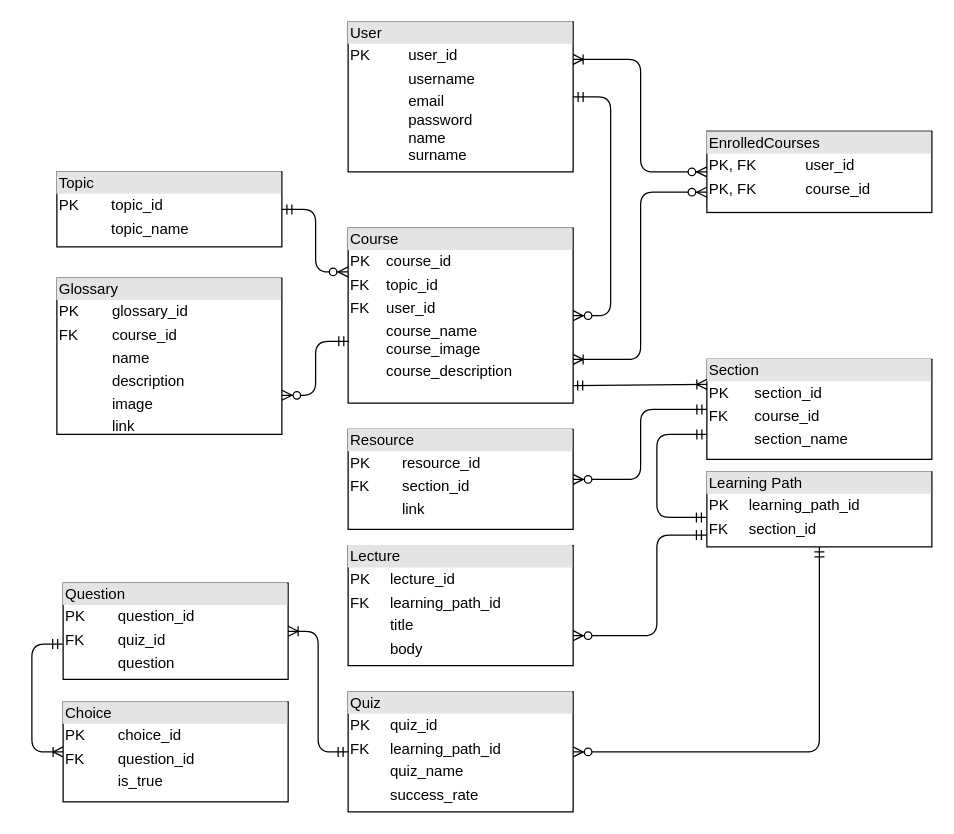
Earlier version of the draw.io diagram images/er.drawio (asiliskender/ocial). Source tidied: cells renumbered, new cells numbered last; positions are measured from the earlier drawing's top-left corner, leaving out a move shared by most shapes. Both pictures are drawn from the tidied source at 125%, with x=0, y=0 at pixel (31, 21).
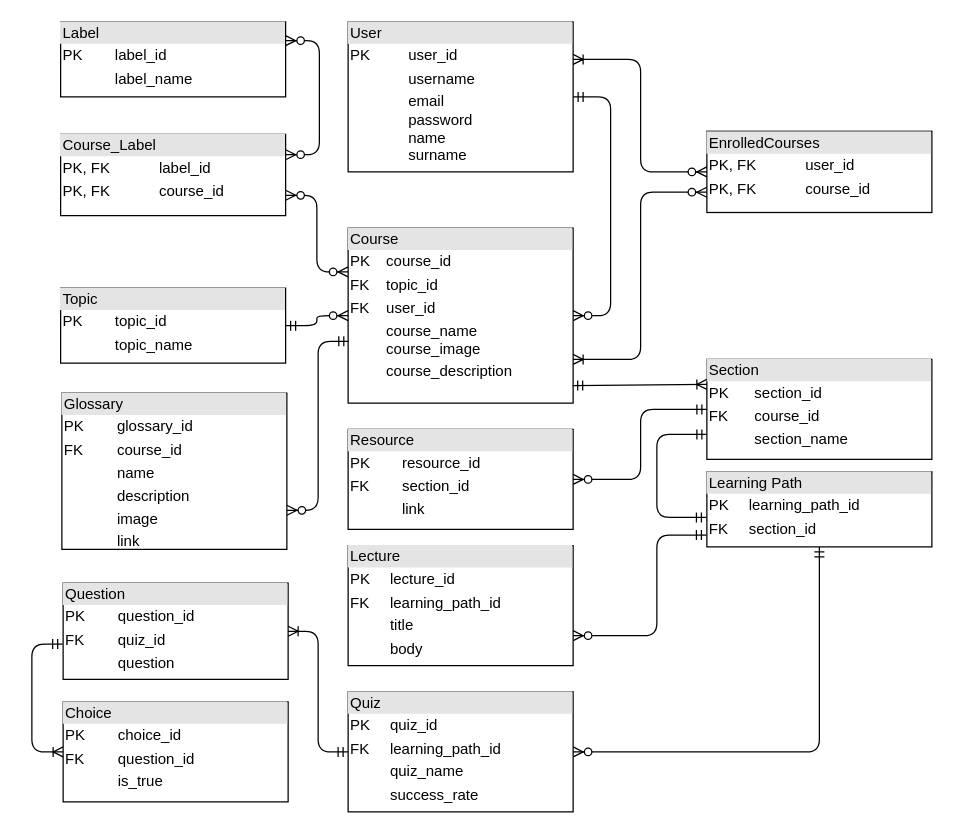
The same diagram, later.

Unchanged cells that the change refers to:
```xml
<mxCell id="4" value="&lt;div style=&quot;box-sizing: border-box ; width: 100% ; background: #e4e4e4 ; padding: 2px&quot;&gt;Course&lt;/div&gt;&lt;table style=&quot;width: 100% ; font-size: 1em&quot; cellpadding=&quot;2&quot; cellspacing=&quot;0&quot;&gt;&lt;tbody&gt;&lt;tr&gt;&lt;td&gt;PK&lt;/td&gt;&lt;td&gt;course_id&lt;/td&gt;&lt;/tr&gt;&lt;tr&gt;&lt;td&gt;FK&lt;/td&gt;&lt;td&gt;topic_id&lt;/td&gt;&lt;/tr&gt;&lt;tr&gt;&lt;td&gt;FK&lt;/td&gt;&lt;td&gt;user_id&lt;/td&gt;&lt;/tr&gt;&lt;tr&gt;&lt;td&gt;&lt;/td&gt;&lt;td&gt;course_name&lt;br&gt;course_image&lt;br&gt;&lt;/td&gt;&lt;/tr&gt;&lt;tr&gt;&lt;td&gt;&lt;br&gt;&lt;/td&gt;&lt;td&gt;course_description&lt;br&gt;&lt;br&gt;&lt;/td&gt;&lt;/tr&gt;&lt;/tbody&gt;&lt;/table&gt;" style="verticalAlign=top;align=left;overflow=fill;html=1;" parent="1" vertex="1">
  <mxGeometry x="253" y="165" width="180" height="140" as="geometry" />
</mxCell>
```

The edit, as a diff of the source:
```diff
@@
     <mxCell id="3" value="&lt;div style=&quot;box-sizing: border-box ; width: 100% ; background: #e4e4e4 ; padding: 2px&quot;&gt;Topic&lt;/div&gt;&lt;table style=&quot;width: 100% ; font-size: 1em&quot; cellpadding=&quot;2&quot; cellspacing=&quot;0&quot;&gt;&lt;tbody&gt;&lt;tr&gt;&lt;td&gt;PK&lt;/td&gt;&lt;td&gt;topic_id&lt;/td&gt;&lt;/tr&gt;&lt;tr&gt;&lt;td&gt;&lt;br&gt;&lt;/td&gt;&lt;td&gt;topic_name&lt;/td&gt;&lt;/tr&gt;&lt;tr&gt;&lt;td&gt;&lt;/td&gt;&lt;td&gt;&lt;br&gt;&lt;/td&gt;&lt;/tr&gt;&lt;/tbody&gt;&lt;/table&gt;" style="verticalAlign=top;align=left;overflow=fill;html=1;" parent="1" vertex="1">
-      <mxGeometry x="20" y="120" width="180" height="60" as="geometry" />
+      <mxGeometry x="23" y="213" width="180" height="60" as="geometry" />
     </mxCell>
@@
-    <mxCell id="7" style="edgeStyle=elbowEdgeStyle;fontSize=12;html=1;endArrow=ERzeroToMany;startArrow=ERmandOne;exitX=1;exitY=0.5;exitDx=0;exitDy=0;entryX=0;entryY=0.25;entryDx=0;entryDy=0;" parent="1" edge="1" source="3" target="4">
+    <mxCell id="7" style="edgeStyle=elbowEdgeStyle;fontSize=12;html=1;endArrow=ERzeroToMany;startArrow=ERmandOne;exitX=1;exitY=0.5;exitDx=0;exitDy=0;entryX=0;entryY=0.5;entryDx=0;entryDy=0;" parent="1" edge="1" source="3" target="4">
       <mxGeometry relative="1" as="geometry" />
     </mxCell>
@@
     <mxCell id="10" value="&lt;div style=&quot;box-sizing: border-box ; width: 100% ; background: #e4e4e4 ; padding: 2px&quot;&gt;Glossary&lt;/div&gt;&lt;table style=&quot;width: 100% ; font-size: 1em&quot; cellpadding=&quot;2&quot; cellspacing=&quot;0&quot;&gt;&lt;tbody&gt;&lt;tr&gt;&lt;td&gt;PK&lt;/td&gt;&lt;td&gt;glossary_id&lt;/td&gt;&lt;/tr&gt;&lt;tr&gt;&lt;td&gt;FK&lt;/td&gt;&lt;td&gt;course_id&lt;/td&gt;&lt;/tr&gt;&lt;tr&gt;&lt;td&gt;&lt;/td&gt;&lt;td&gt;name&lt;/td&gt;&lt;/tr&gt;&lt;tr&gt;&lt;td&gt;&lt;br&gt;&lt;/td&gt;&lt;td&gt;description&lt;/td&gt;&lt;/tr&gt;&lt;tr&gt;&lt;td&gt;&lt;br&gt;&lt;/td&gt;&lt;td&gt;image&lt;/td&gt;&lt;/tr&gt;&lt;tr&gt;&lt;td&gt;&lt;br&gt;&lt;/td&gt;&lt;td&gt;link&lt;/td&gt;&lt;/tr&gt;&lt;/tbody&gt;&lt;/table&gt;&lt;br&gt;" style="verticalAlign=top;align=left;overflow=fill;html=1;" parent="1" vertex="1">
-      <mxGeometry x="20" y="205" width="180" height="125" as="geometry" />
+      <mxGeometry x="24" y="297" width="180" height="125" as="geometry" />
     </mxCell>
@@
+    <mxCell id="26" value="&lt;div style=&quot;box-sizing: border-box ; width: 100% ; background: #e4e4e4 ; padding: 2px&quot;&gt;Label&lt;/div&gt;&lt;table style=&quot;width: 100% ; font-size: 1em&quot; cellpadding=&quot;2&quot; cellspacing=&quot;0&quot;&gt;&lt;tbody&gt;&lt;tr&gt;&lt;td&gt;PK&lt;/td&gt;&lt;td&gt;label_id&lt;/td&gt;&lt;/tr&gt;&lt;tr&gt;&lt;td&gt;&lt;br&gt;&lt;/td&gt;&lt;td&gt;label_name&lt;/td&gt;&lt;/tr&gt;&lt;tr&gt;&lt;td&gt;&lt;/td&gt;&lt;td&gt;&lt;br&gt;&lt;/td&gt;&lt;/tr&gt;&lt;/tbody&gt;&lt;/table&gt;" style="verticalAlign=top;align=left;overflow=fill;html=1;" parent="1" vertex="1">
+      <mxGeometry x="23" width="180" height="60" as="geometry" />
+    </mxCell>
+    <mxCell id="27" value="&lt;div style=&quot;box-sizing: border-box ; width: 100% ; background: #e4e4e4 ; padding: 2px&quot;&gt;Course_Label&lt;/div&gt;&lt;table style=&quot;width: 100% ; font-size: 1em&quot; cellpadding=&quot;2&quot; cellspacing=&quot;0&quot;&gt;&lt;tbody&gt;&lt;tr&gt;&lt;td&gt;PK, FK&lt;/td&gt;&lt;td&gt;label_id&lt;/td&gt;&lt;/tr&gt;&lt;tr&gt;&lt;td&gt;PK, FK&lt;/td&gt;&lt;td&gt;course_id&lt;/td&gt;&lt;/tr&gt;&lt;tr&gt;&lt;td&gt;&lt;br&gt;&lt;/td&gt;&lt;td&gt;&lt;/td&gt;&lt;/tr&gt;&lt;/tbody&gt;&lt;/table&gt;" style="verticalAlign=top;align=left;overflow=fill;html=1;" parent="1" vertex="1">
+      <mxGeometry x="23" y="90" width="180" height="65" as="geometry" />
+    </mxCell>
+    <mxCell id="28" style="fontSize=12;html=1;endArrow=ERzeroToMany;startArrow=ERzeroToMany;exitX=1;exitY=0.75;exitDx=0;exitDy=0;edgeStyle=elbowEdgeStyle;entryX=0;entryY=0.25;entryDx=0;entryDy=0;endFill=1;" parent="1" edge="1" source="27" target="4">
+      <mxGeometry relative="1" as="geometry" />
+    </mxCell>
+    <mxCell id="29" style="fontSize=12;html=1;endArrow=ERzeroToMany;startArrow=ERzeroToMany;edgeStyle=elbowEdgeStyle;entryX=1;entryY=0.25;entryDx=0;entryDy=0;exitX=1;exitY=0.25;exitDx=0;exitDy=0;endFill=1;" parent="1" edge="1" source="27" target="26">
+      <mxGeometry relative="1" as="geometry">
+        <Array as="points">
+          <mxPoint x="230" y="60" />
+        </Array>
+      </mxGeometry>
+    </mxCell>
```
